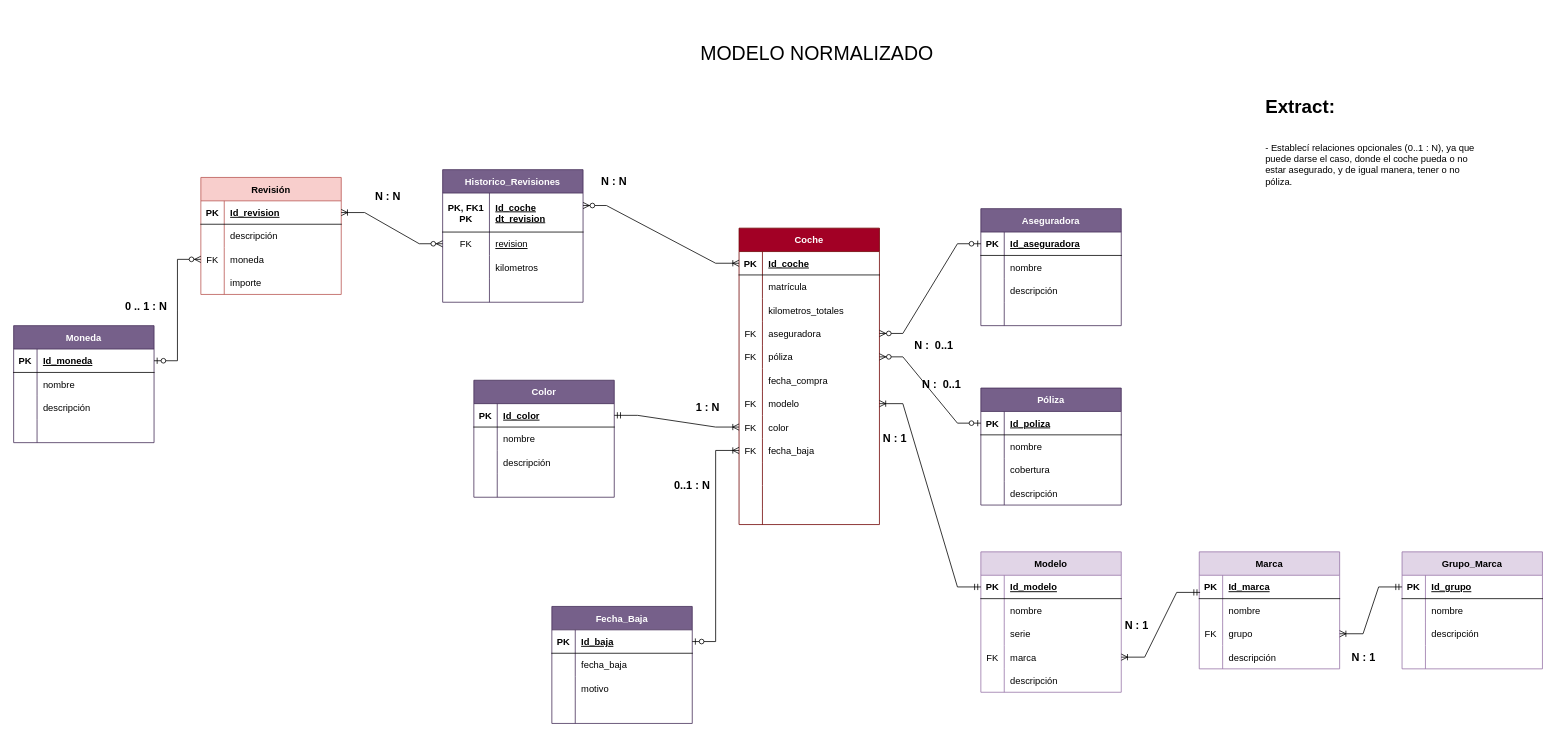
Before: page "Página-1" (1 of 2) of diagrama_practicaSQL.drawio in LTRIPLEY27/KeepCodingMobile15_Calzadilla_C_SQLModeling, a draw.io diagram. Source tidied: cells renumbered, new cells numbered last; positions are measured from the earlier drawing's top-left corner, leaving out a move shared by most shapes. Both pictures are drawn from the tidied source at 78%, with x=0, y=0 at pixel (13, 13).
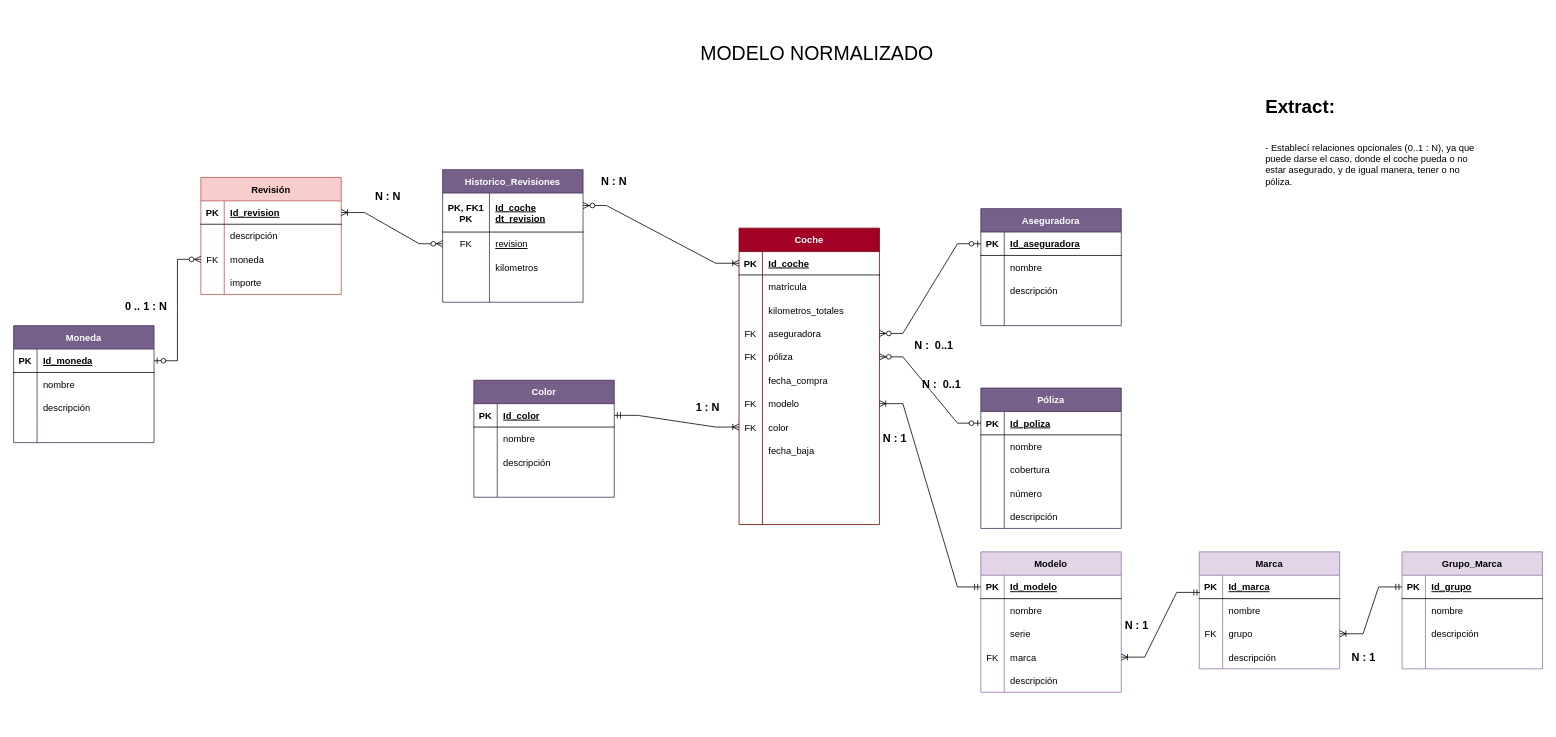
The same page after the edit.

The change refers to these unchanged cells:
```xml
<mxCell id="27" style="shape=tableRow;horizontal=0;startSize=0;swimlaneHead=0;swimlaneBody=0;fillColor=none;points=[[0,0.5],[1,0.5]];portConstraint=eastwest;top=0;left=0;right=0;bottom=0;" parent="2" vertex="1">
  <mxGeometry y="270" width="180" height="30" as="geometry" />
</mxCell>
<mxCell id="62" style="shape=tableRow;horizontal=0;startSize=0;swimlaneHead=0;swimlaneBody=0;fillColor=none;top=0;left=0;right=0;bottom=0;" parent="52" vertex="1">
  <mxGeometry y="120" width="180" height="30" as="geometry" />
</mxCell>
```

The edit, as a diff of the source:
```diff
@@
-    <mxCell id="28" value="FK" style="shape=partialRectangle;fillColor=none;top=0;left=0;bottom=0;right=0;overflow=hidden;" parent="27" vertex="1">
+    <mxCell id="28" style="shape=partialRectangle;fillColor=none;top=0;left=0;bottom=0;right=0;overflow=hidden;" parent="27" vertex="1">
       <mxGeometry width="30" height="30" as="geometry" />
     </mxCell>
@@
     <mxCell id="52" value="Póliza" style="shape=table;startSize=30;childLayout=tableLayout;rowLines=0;fontStyle=1;align=center;fillColor=#76608a;fontColor=#ffffff;strokeColor=#432D57;" parent="1" vertex="1">
-      <mxGeometry x="1240" y="480" width="180" height="150" as="geometry" />
+      <mxGeometry x="1240" y="480" width="180" height="180" as="geometry" />
     </mxCell>
@@
-    <mxCell id="64" value="descripción" style="shape=partialRectangle;fillColor=none;top=0;left=0;bottom=0;right=0;align=left;spacingLeft=6;overflow=hidden;" parent="62" vertex="1">
+    <mxCell id="64" value="número" style="shape=partialRectangle;fillColor=none;top=0;left=0;bottom=0;right=0;align=left;spacingLeft=6;overflow=hidden;" parent="62" vertex="1">
       <mxGeometry x="30" width="150" height="30" as="geometry" />
     </mxCell>
+    <mxCell id="195" style="shape=tableRow;horizontal=0;startSize=0;swimlaneHead=0;swimlaneBody=0;fillColor=none;top=0;left=0;right=0;bottom=0;" parent="52" vertex="1">
+      <mxGeometry y="150" width="180" height="30" as="geometry" />
+    </mxCell>
+    <mxCell id="196" style="shape=partialRectangle;fillColor=none;top=0;left=0;bottom=0;right=0;overflow=hidden;" parent="195" vertex="1">
+      <mxGeometry width="30" height="30" as="geometry" />
+    </mxCell>
+    <mxCell id="197" value="descripción" style="shape=partialRectangle;fillColor=none;top=0;left=0;bottom=0;right=0;align=left;spacingLeft=6;overflow=hidden;" parent="195" vertex="1">
+      <mxGeometry x="30" width="150" height="30" as="geometry" />
+    </mxCell>
@@
-    <mxCell id="121" value="Fecha_Baja" style="shape=table;startSize=30;childLayout=tableLayout;rowLines=0;fontStyle=1;align=center;fillColor=#76608a;fontColor=#ffffff;strokeColor=#432D57;" parent="1" vertex="1">
-      <mxGeometry x="690" y="760" width="180" height="150" as="geometry" />
-    </mxCell>
-    <mxCell id="122" style="shape=tableRow;horizontal=0;startSize=0;swimlaneHead=0;swimlaneBody=0;fillColor=none;points=[[0,0.5],[1,0.5]];portConstraint=eastwest;top=0;left=0;right=0;bottom=1;" parent="121" vertex="1">
-      <mxGeometry y="30" width="180" height="30" as="geometry" />
-    </mxCell>
-    <mxCell id="123" value="PK" style="shape=partialRectangle;fillColor=none;top=0;left=0;bottom=0;right=0;fontStyle=1;overflow=hidden;" parent="122" vertex="1">
-      <mxGeometry width="30" height="30" as="geometry" />
-    </mxCell>
-    <mxCell id="124" value="Id_baja" style="shape=partialRectangle;fillColor=none;top=0;left=0;bottom=0;right=0;align=left;spacingLeft=6;fontStyle=5;overflow=hidden;" parent="122" vertex="1">
-      <mxGeometry x="30" width="150" height="30" as="geometry" />
-    </mxCell>
-    <mxCell id="125" style="shape=tableRow;horizontal=0;startSize=0;swimlaneHead=0;swimlaneBody=0;fillColor=none;top=0;left=0;right=0;bottom=0;" parent="121" vertex="1">
-      <mxGeometry y="60" width="180" height="30" as="geometry" />
-    </mxCell>
-    <mxCell id="126" style="shape=partialRectangle;fillColor=none;top=0;left=0;bottom=0;right=0;overflow=hidden;" parent="125" vertex="1">
-      <mxGeometry width="30" height="30" as="geometry" />
-    </mxCell>
-    <mxCell id="127" value="fecha_baja" style="shape=partialRectangle;fillColor=none;top=0;left=0;bottom=0;right=0;align=left;spacingLeft=6;overflow=hidden;" parent="125" vertex="1">
-      <mxGeometry x="30" width="150" height="30" as="geometry" />
-    </mxCell>
-    <mxCell id="128" style="shape=tableRow;horizontal=0;startSize=0;swimlaneHead=0;swimlaneBody=0;fillColor=none;top=0;left=0;right=0;bottom=0;" parent="121" vertex="1">
-      <mxGeometry y="90" width="180" height="30" as="geometry" />
-    </mxCell>
-    <mxCell id="129" style="shape=partialRectangle;fillColor=none;top=0;left=0;bottom=0;right=0;overflow=hidden;" parent="128" vertex="1">
-      <mxGeometry width="30" height="30" as="geometry" />
-    </mxCell>
-    <mxCell id="130" value="motivo" style="shape=partialRectangle;fillColor=none;top=0;left=0;bottom=0;right=0;align=left;spacingLeft=6;overflow=hidden;" parent="128" vertex="1">
-      <mxGeometry x="30" width="150" height="30" as="geometry" />
-    </mxCell>
-    <mxCell id="131" style="shape=tableRow;horizontal=0;startSize=0;swimlaneHead=0;swimlaneBody=0;fillColor=none;top=0;left=0;right=0;bottom=0;" parent="121" vertex="1">
-      <mxGeometry y="120" width="180" height="30" as="geometry" />
-    </mxCell>
-    <mxCell id="132" style="shape=partialRectangle;fillColor=none;top=0;left=0;bottom=0;right=0;overflow=hidden;" parent="131" vertex="1">
-      <mxGeometry width="30" height="30" as="geometry" />
-    </mxCell>
-    <mxCell id="133" style="shape=partialRectangle;fillColor=none;top=0;left=0;bottom=0;right=0;align=left;spacingLeft=6;overflow=hidden;" parent="131" vertex="1">
-      <mxGeometry x="30" width="150" height="30" as="geometry" />
-    </mxCell>
@@
-    <mxCell id="179" style="edgeStyle=entityRelationEdgeStyle;fontSize=12;html=1;endArrow=ERoneToMany;startArrow=ERzeroToOne;rounded=0;exitX=1;exitY=0.5;exitDx=0;exitDy=0;entryX=0;entryY=0.5;entryDx=0;entryDy=0;" parent="1" edge="1" source="122" target="27">
-      <mxGeometry relative="1" as="geometry" />
-    </mxCell>
@@
-    <mxCell id="186" value="&lt;b&gt;&lt;font style=&quot;font-size: 14px;&quot;&gt;0..1 : N&lt;/font&gt;&lt;/b&gt;" style="text;html=1;strokeColor=none;fillColor=none;align=center;verticalAlign=middle;whiteSpace=wrap;rounded=0;" parent="1" vertex="1">
-      <mxGeometry x="840" y="590" width="60" height="30" as="geometry" />
-    </mxCell>
```
